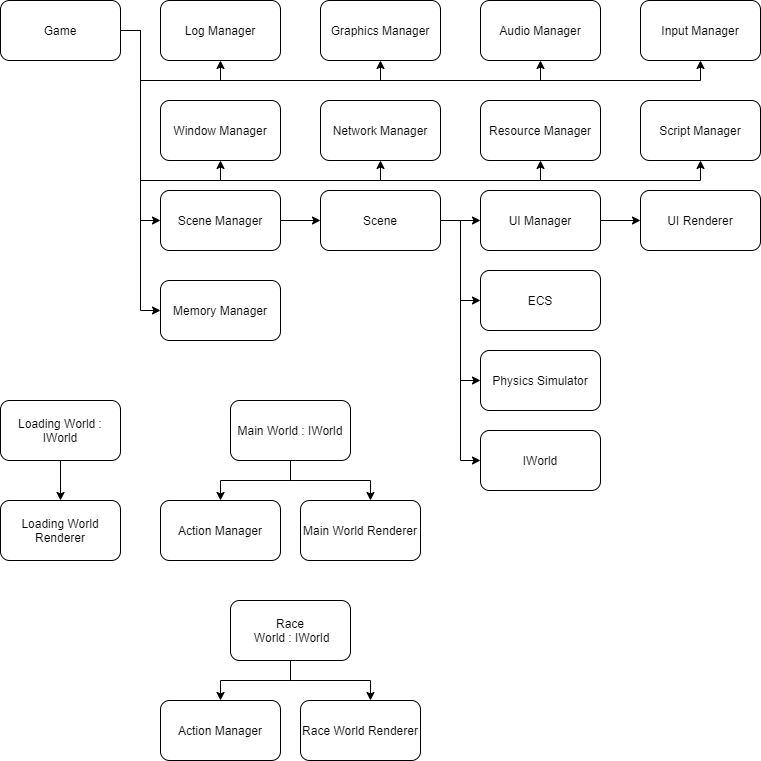
Earlier version of the draw.io export documentation/technical_architecture/images/client_class_structure_overview.drawio.png (snowmeltarcade/projectbirdracing). Source tidied: cells renumbered, new cells last; positions are measured from the earlier drawing's top-left corner, leaving out a move shared by most shapes.
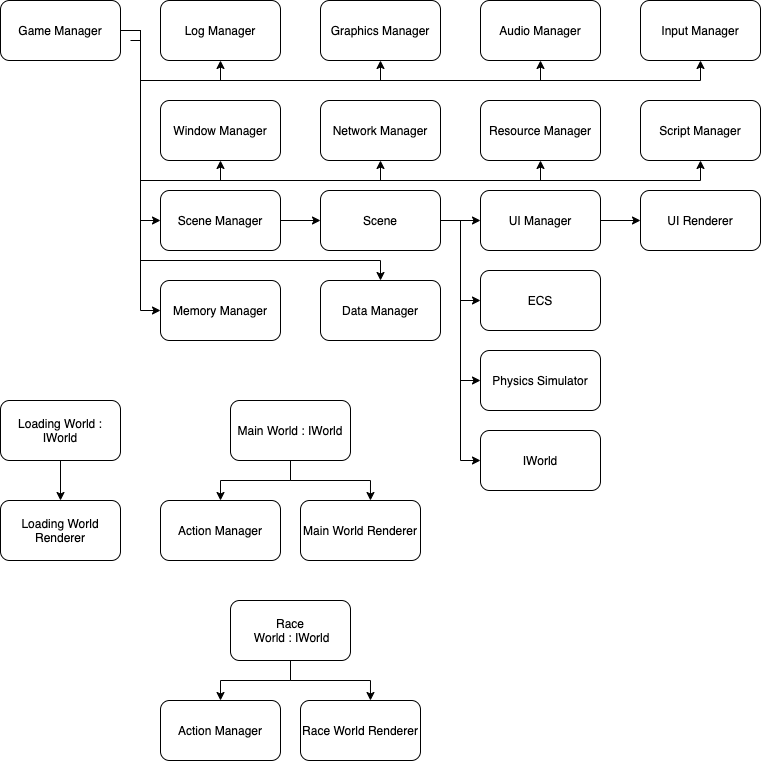
After the change.

Change to the diagram source:
```diff
@@ -68,7 +68,7 @@
     <mxCell id="11" style="edgeStyle=orthogonalEdgeStyle;rounded=0;jettySize=auto;html=1;exitX=1;exitY=0.5;exitDx=0;exitDy=0;entryX=0;entryY=0.5;entryDx=0;entryDy=0;" parent="1" edge="1" source="12" target="47">
       <mxGeometry relative="1" as="geometry" />
     </mxCell>
-    <mxCell id="12" value="Game" style="rounded=1;whiteSpace=wrap;html=1;" parent="1" vertex="1">
+    <mxCell id="12" value="Game Manager" style="rounded=1;whiteSpace=wrap;html=1;" parent="1" vertex="1">
       <mxGeometry width="120" height="60" as="geometry" />
     </mxCell>
     <mxCell id="13" value="Log Manager" style="rounded=1;whiteSpace=wrap;html=1;" parent="1" vertex="1">
@@ -176,5 +176,18 @@
     <mxCell id="47" value="Memory Manager" style="rounded=1;whiteSpace=wrap;html=1;" parent="1" vertex="1">
       <mxGeometry x="160" y="280" width="120" height="60" as="geometry" />
     </mxCell>
+    <mxCell id="48" value="Data Manager" style="rounded=1;whiteSpace=wrap;html=1;" parent="1" vertex="1">
+      <mxGeometry x="320" y="280" width="120" height="60" as="geometry" />
+    </mxCell>
+    <mxCell id="49" style="edgeStyle=orthogonalEdgeStyle;rounded=0;jettySize=auto;html=1;exitX=1;exitY=0.5;exitDx=0;exitDy=0;" parent="1" edge="1" target="48">
+      <mxGeometry relative="1" as="geometry">
+        <mxPoint x="130" y="40" as="sourcePoint" />
+        <Array as="points">
+          <mxPoint x="140" y="40" />
+          <mxPoint x="140" y="260" />
+          <mxPoint x="380" y="260" />
+        </Array>
+      </mxGeometry>
+    </mxCell>
   </root>
 </mxGraphModel>
```
